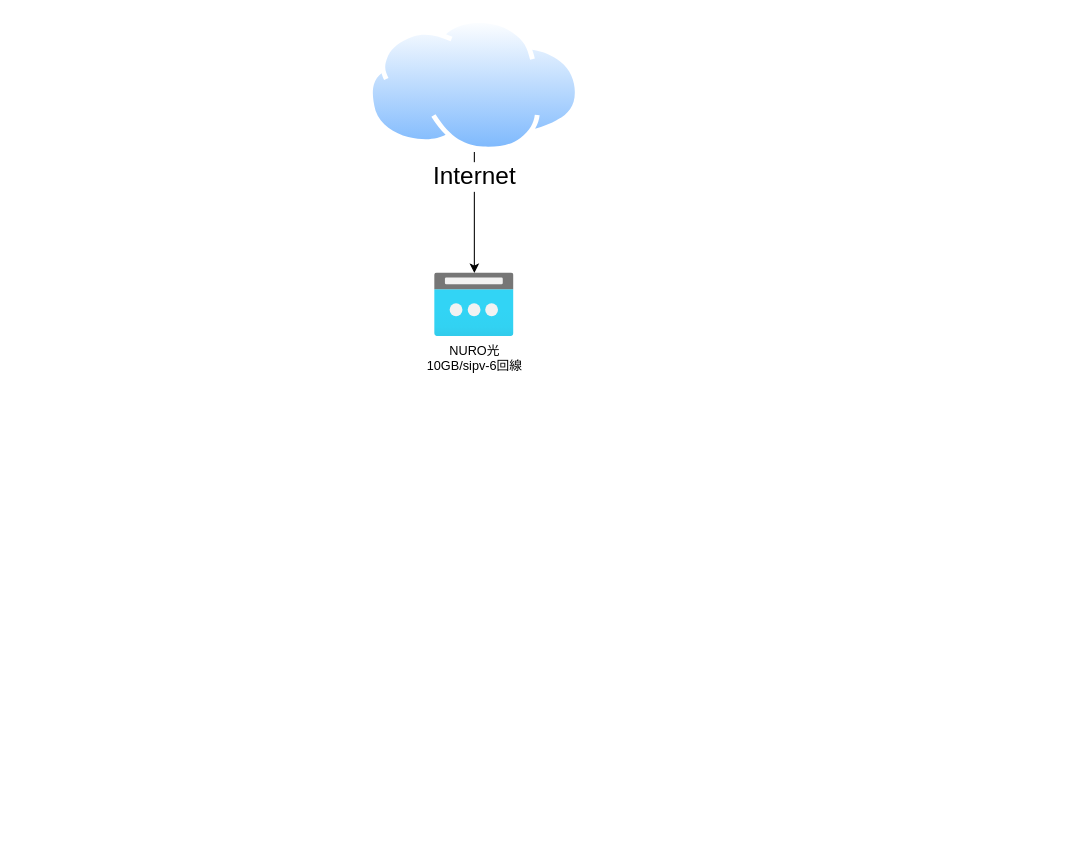
This is Ubiquiti_new configuration.drawio from Darujava/yomo2, a draw.io file, before an edit. Source tidied: cells renumbered, new cells numbered last; positions are measured from the earlier drawing's top-left corner, leaving out a move shared by most shapes. Both pictures are drawn from the tidied source at 106%, with x=0, y=0 at pixel (368, 18).
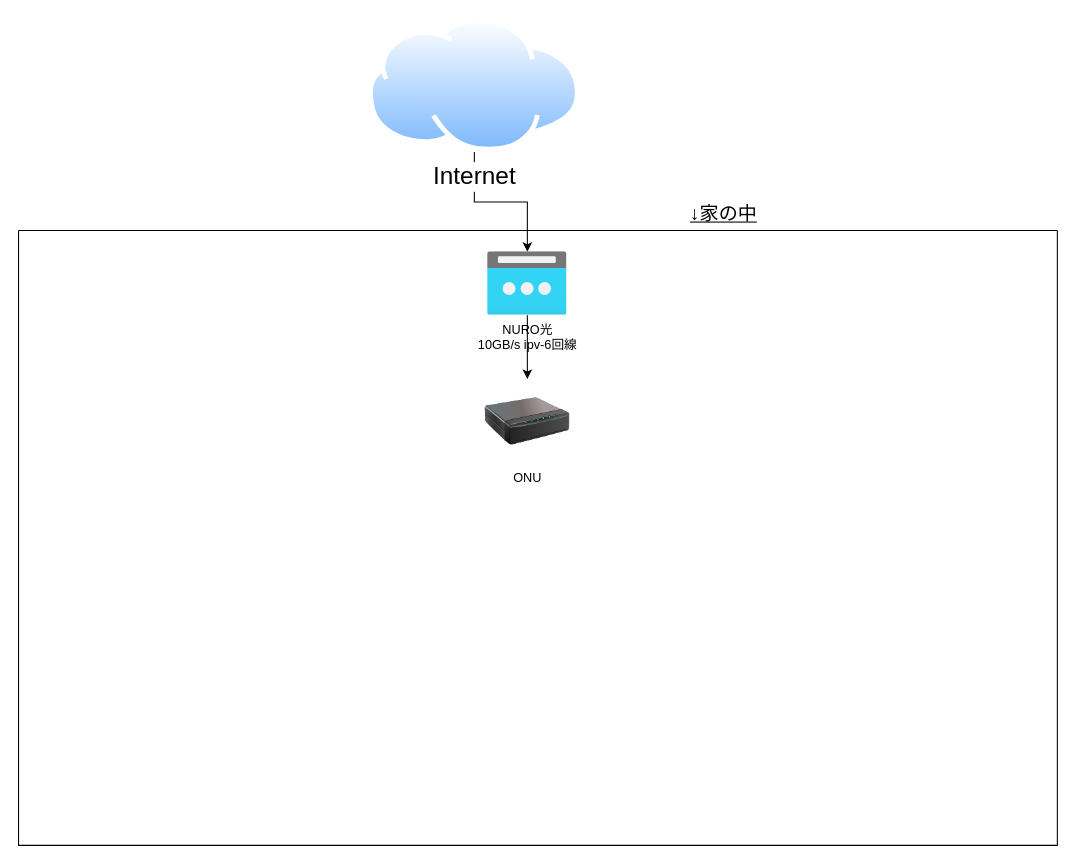
The same diagram, later.

Change to the diagram source:
```diff
@@
 <mxGraphModel>
   <root>
     <mxCell id="0" />
     <mxCell id="1" parent="0" />
     <mxCell id="2" style="edgeStyle=orthogonalEdgeStyle;rounded=0;jettySize=auto;html=1;" parent="1" edge="1" source="3" target="4">
       <mxGeometry relative="1" as="geometry" />
     </mxCell>
     <mxCell id="3" value="&lt;font style=&quot;font-size: 23px;&quot;&gt;Internet&lt;/font&gt;" style="image;perimeter=ellipsePerimeter;html=1;align=center;shadow=0;dashed=0;spacingTop=3;image=img/lib/active_directory/internet_cloud.svg;" parent="1" vertex="1">
       <mxGeometry width="200" height="126" as="geometry" />
     </mxCell>
+    <mxCell id="5" value="&#10;" style="swimlane;startSize=0;" parent="1" vertex="1">
+      <mxGeometry x="-330" y="200" width="980" height="580" as="geometry" />
+    </mxCell>
-    <mxCell id="4" value="NURO光&lt;br&gt;10GB/sipv-6回線" style="image;html=1;points=[];align=center;fontSize=12;image=img/lib/azure2/networking/Public_IP_Addresses.svg;" parent="1" vertex="1">
-      <mxGeometry x="62.5" y="240" width="75" height="60" as="geometry" />
+    <mxCell id="4" value="NURO光&lt;br&gt;10GB/s ipv-6回線" style="image;html=1;points=[];align=center;fontSize=12;image=img/lib/azure2/networking/Public_IP_Addresses.svg;" parent="5" vertex="1">
+      <mxGeometry x="442.5" y="20" width="75" height="60" as="geometry" />
     </mxCell>
+    <mxCell id="6" value="ONU" style="image;html=1;image=img/lib/clip_art/networking/Print_Server_128x128.png;" parent="5" vertex="1">
+      <mxGeometry x="440" y="140" width="80" height="80" as="geometry" />
+    </mxCell>
+    <mxCell id="7" style="edgeStyle=orthogonalEdgeStyle;rounded=0;jettySize=auto;html=1;" parent="5" edge="1" source="4" target="6">
+      <mxGeometry relative="1" as="geometry" />
+    </mxCell>
+    <mxCell id="8" value="&lt;font style=&quot;font-size: 18px;&quot;&gt;&lt;u style=&quot;&quot;&gt;↓家の中&lt;/u&gt;&lt;/font&gt;" style="text;html=1;align=center;verticalAlign=middle;strokeColor=none;fillColor=none;" parent="1" vertex="1">
+      <mxGeometry x="285" y="165" width="100" height="40" as="geometry" />
+    </mxCell>
   </root>
 </mxGraphModel>
```
